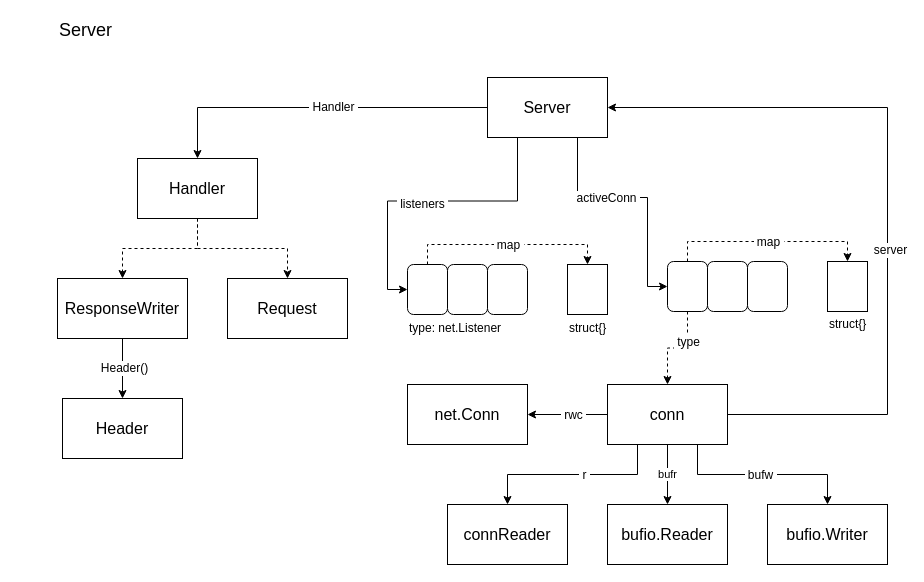
This is page "Page-1" (1 of 4) of go-net.drawio from oiar/assets, a draw.io file, before an edit. Source tidied: cells renumbered, new cells numbered last; positions are measured from the earlier drawing's top-left corner, leaving out a move shared by most shapes. Both pictures are drawn from the tidied source at 100%, with x=0, y=0 at pixel (57, 17).
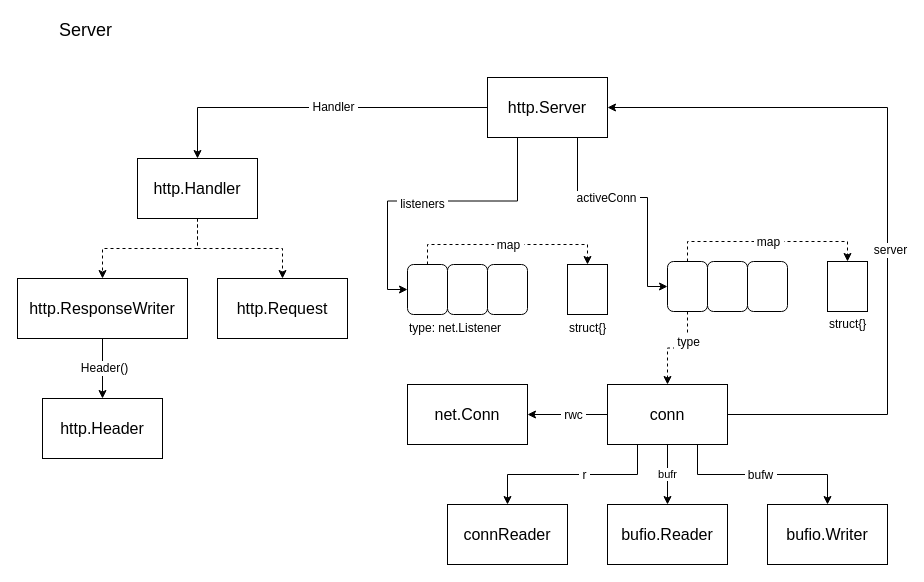
Above is the later version.

The edit, as a diff of the source:
```diff
@@
-    <mxCell id="4" value="&lt;font style=&quot;font-size: 16px&quot;&gt;Handler&lt;/font&gt;" style="rounded=0;whiteSpace=wrap;html=1;" parent="1" vertex="1">
+    <mxCell id="4" value="&lt;font style=&quot;font-size: 16px&quot;&gt;http.Handler&lt;/font&gt;" style="rounded=0;whiteSpace=wrap;html=1;" parent="1" vertex="1">
       <mxGeometry x="80" y="141" width="120" height="60" as="geometry" />
     </mxCell>
@@
-    <mxCell id="6" value="&lt;font style=&quot;font-size: 16px&quot;&gt;Request&lt;/font&gt;" style="rounded=0;whiteSpace=wrap;html=1;" parent="1" vertex="1">
-      <mxGeometry x="170" y="261" width="120" height="60" as="geometry" />
+    <mxCell id="6" value="&lt;font style=&quot;font-size: 16px&quot;&gt;http.Request&lt;/font&gt;" style="rounded=0;whiteSpace=wrap;html=1;" parent="1" vertex="1">
+      <mxGeometry x="160" y="261" width="130" height="60" as="geometry" />
     </mxCell>
-    <mxCell id="7" style="edgeStyle=orthogonalEdgeStyle;rounded=0;jettySize=auto;html=1;exitX=0.5;exitY=1;exitDx=0;exitDy=0;" parent="1" edge="1" source="9">
-      <mxGeometry relative="1" as="geometry">
-        <mxPoint x="65" y="381" as="targetPoint" />
-      </mxGeometry>
+    <mxCell id="7" style="edgeStyle=orthogonalEdgeStyle;rounded=0;jettySize=auto;html=1;exitX=0.5;exitY=1;exitDx=0;exitDy=0;entryX=0.5;entryY=0;entryDx=0;entryDy=0;" parent="1" edge="1" source="9" target="10">
+      <mxGeometry relative="1" as="geometry" />
     </mxCell>
@@
-    <mxCell id="9" value="&lt;font style=&quot;font-size: 16px&quot;&gt;ResponseWriter&lt;/font&gt;" style="rounded=0;whiteSpace=wrap;html=1;" parent="1" vertex="1">
-      <mxGeometry y="261" width="130" height="60" as="geometry" />
+    <mxCell id="9" value="&lt;font style=&quot;font-size: 16px&quot;&gt;http.ResponseWriter&lt;/font&gt;" style="rounded=0;whiteSpace=wrap;html=1;" parent="1" vertex="1">
+      <mxGeometry x="-40" y="261" width="170" height="60" as="geometry" />
     </mxCell>
-    <mxCell id="10" value="&lt;font style=&quot;font-size: 16px&quot;&gt;Header&lt;/font&gt;" style="rounded=0;whiteSpace=wrap;html=1;" parent="1" vertex="1">
-      <mxGeometry x="5" y="381" width="120" height="60" as="geometry" />
+    <mxCell id="10" value="&lt;font style=&quot;font-size: 16px&quot;&gt;http.Header&lt;/font&gt;" style="rounded=0;whiteSpace=wrap;html=1;" parent="1" vertex="1">
+      <mxGeometry x="-15" y="381" width="120" height="60" as="geometry" />
     </mxCell>
@@
-    <mxCell id="17" value="&lt;font style=&quot;font-size: 16px&quot;&gt;Server&lt;/font&gt;" style="rounded=0;whiteSpace=wrap;html=1;" parent="1" vertex="1">
+    <mxCell id="17" value="&lt;font style=&quot;font-size: 16px&quot;&gt;http.Server&lt;/font&gt;" style="rounded=0;whiteSpace=wrap;html=1;" parent="1" vertex="1">
       <mxGeometry x="430" y="60" width="120" height="60" as="geometry" />
     </mxCell>
```
